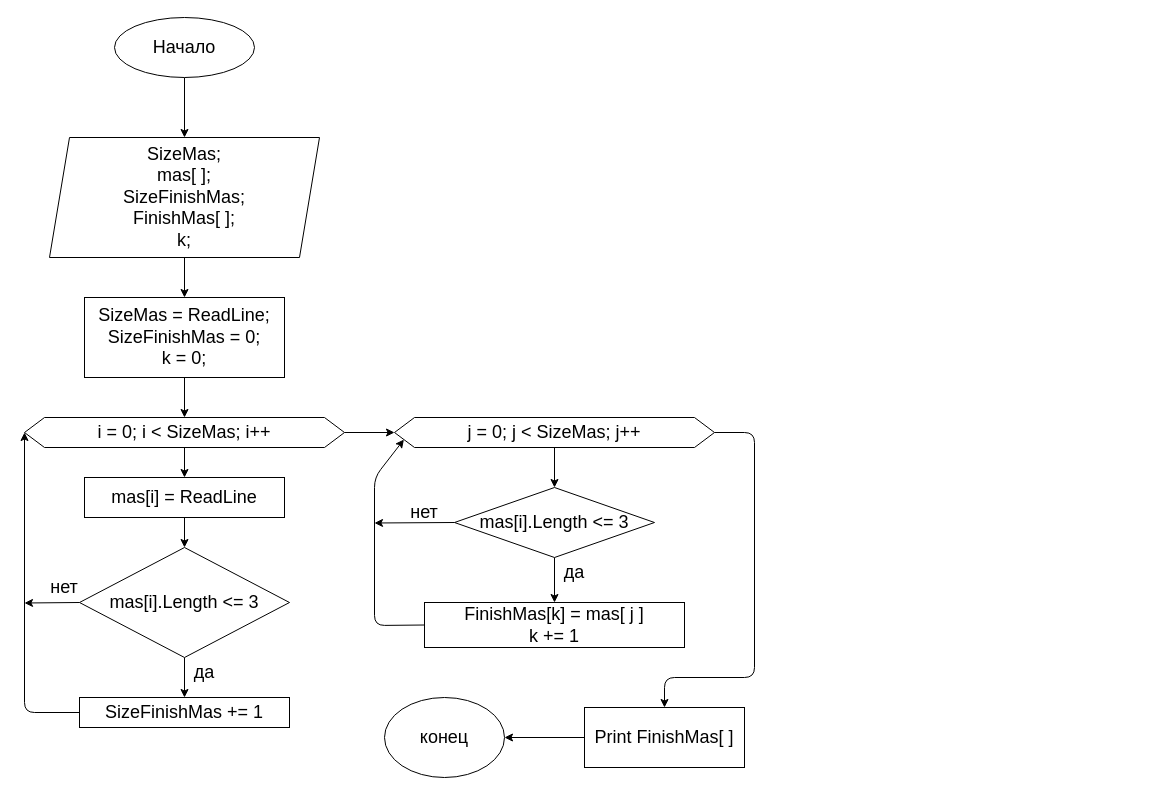
NikolaySergeevich/Itog_first_part keeps this draw.io diagram as Блок-схема.drawio. Above is the earlier version. Source tidied: cells renumbered, new cells numbered last; positions are measured from the earlier drawing's top-left corner, leaving out a move shared by most shapes. Both pictures are drawn from the tidied source at 100%, with x=0, y=0 at pixel (24, 17).
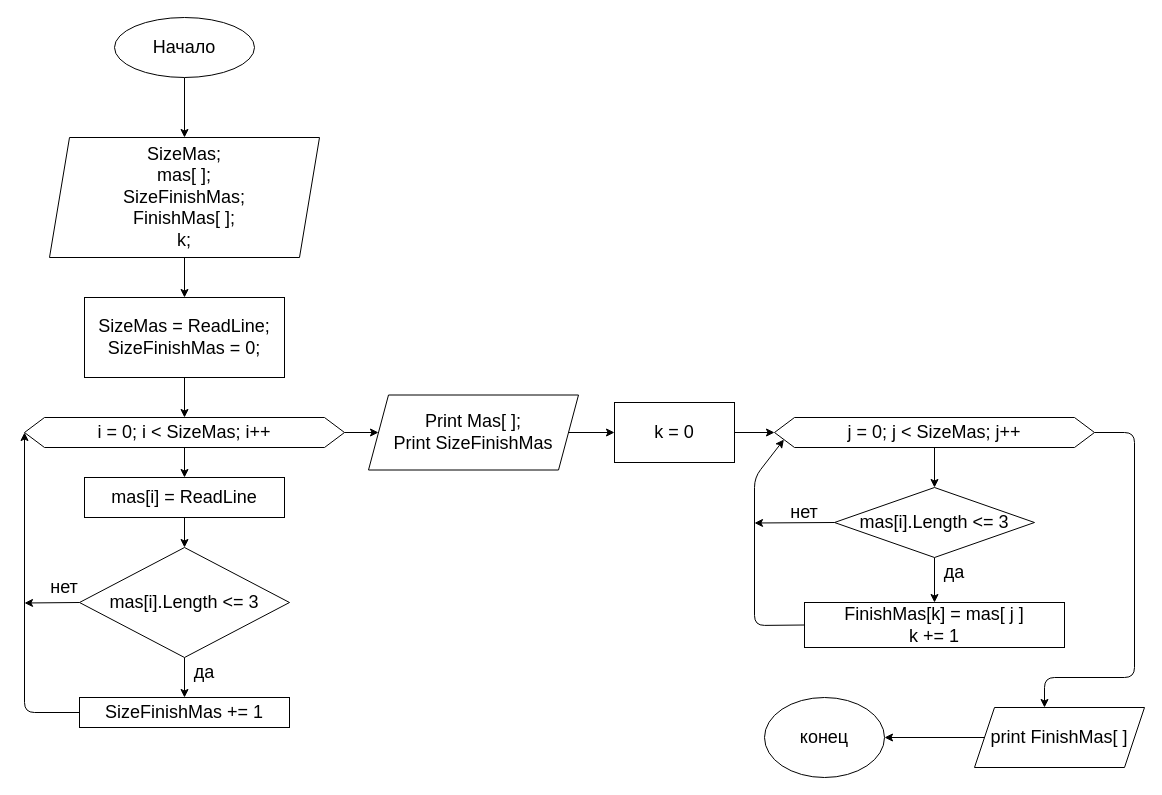
The same diagram, later.

Commit message:
исправленная блок-схема

Unchanged cells that the change refers to:
```xml
<mxCell id="10" value="i = 0; i &amp;lt; SizeMas; i++" style="shape=hexagon;perimeter=hexagonPerimeter2;whiteSpace=wrap;html=1;fixedSize=1;fontSize=18;" parent="1" vertex="1">
  <mxGeometry y="400" width="320" height="30" as="geometry" />
</mxCell>
```

What changed in the source:
```diff
@@
-    <mxCell id="7" value="&lt;span&gt;SizeMas = ReadLine;&lt;br&gt;&lt;/span&gt;SizeFinishMas = 0;&lt;br&gt;k = 0;&lt;span&gt;&lt;br&gt;&lt;/span&gt;" style="rounded=0;whiteSpace=wrap;html=1;fontSize=18;" parent="1" vertex="1">
+    <mxCell id="7" value="&lt;span&gt;SizeMas = ReadLine;&lt;br&gt;&lt;/span&gt;SizeFinishMas = 0;&lt;span&gt;&lt;br&gt;&lt;/span&gt;" style="rounded=0;whiteSpace=wrap;html=1;fontSize=18;" parent="1" vertex="1">
       <mxGeometry x="60" y="280" width="200" height="80" as="geometry" />
     </mxCell>
@@
-    <mxCell id="9" style="edgeStyle=none;html=1;exitX=1;exitY=0.5;exitDx=0;exitDy=0;entryX=0;entryY=0.5;entryDx=0;entryDy=0;fontSize=18;" parent="1" edge="1" source="10" target="22">
-      <mxGeometry relative="1" as="geometry" />
-    </mxCell>
+    <mxCell id="33" style="edgeStyle=none;html=1;exitX=1;exitY=0.5;exitDx=0;exitDy=0;entryX=0;entryY=0.5;entryDx=0;entryDy=0;fontSize=18;" parent="1" edge="1" source="10" target="36">
+      <mxGeometry relative="1" as="geometry" />
+    </mxCell>
@@
-    <mxCell id="21" style="edgeStyle=none;html=1;exitX=1;exitY=0.5;exitDx=0;exitDy=0;entryX=0.5;entryY=0;entryDx=0;entryDy=0;fontSize=18;" parent="1" edge="1" source="22" target="32">
+    <mxCell id="21" style="edgeStyle=none;html=1;exitX=1;exitY=0.5;exitDx=0;exitDy=0;entryX=0.5;entryY=0;entryDx=0;entryDy=0;fontSize=18;" parent="1" edge="1" source="22">
       <mxGeometry relative="1" as="geometry">
+        <mxPoint x="1020" y="690" as="targetPoint" />
         <Array as="points">
-          <mxPoint x="730" y="415" />
-          <mxPoint x="730" y="660" />
-          <mxPoint x="640" y="660" />
+          <mxPoint x="1110" y="415" />
+          <mxPoint x="1110" y="660" />
+          <mxPoint x="1020" y="660" />
         </Array>
       </mxGeometry>
     </mxCell>
     <mxCell id="22" value="j = 0; j &amp;lt; SizeMas; j++" style="shape=hexagon;perimeter=hexagonPerimeter2;whiteSpace=wrap;html=1;fixedSize=1;fontSize=18;" parent="1" vertex="1">
-      <mxGeometry x="370" y="400" width="320" height="30" as="geometry" />
+      <mxGeometry x="750" y="400" width="320" height="30" as="geometry" />
     </mxCell>
@@
     <mxCell id="24" style="edgeStyle=none;html=1;exitX=0;exitY=0.5;exitDx=0;exitDy=0;fontSize=18;" parent="1" edge="1" source="25">
       <mxGeometry relative="1" as="geometry">
-        <mxPoint x="350" y="505.5" as="targetPoint" />
+        <mxPoint x="730" y="505.5" as="targetPoint" />
       </mxGeometry>
     </mxCell>
     <mxCell id="25" value="&lt;span&gt;mas[i].Length &amp;lt;= 3&lt;/span&gt;" style="rhombus;whiteSpace=wrap;html=1;fontSize=18;" parent="1" vertex="1">
-      <mxGeometry x="430" y="470" width="200" height="70" as="geometry" />
+      <mxGeometry x="810" y="470" width="200" height="70" as="geometry" />
     </mxCell>
     <mxCell id="26" style="edgeStyle=none;html=1;exitX=0;exitY=0.5;exitDx=0;exitDy=0;entryX=0;entryY=0.75;entryDx=0;entryDy=0;fontSize=18;" parent="1" edge="1" source="27" target="22">
       <mxGeometry relative="1" as="geometry">
         <Array as="points">
-          <mxPoint x="350" y="608" />
-          <mxPoint x="350" y="460" />
+          <mxPoint x="730" y="608" />
+          <mxPoint x="730" y="460" />
         </Array>
       </mxGeometry>
     </mxCell>
     <mxCell id="27" value="&lt;span&gt;FinishMas[k] = mas[ j ]&lt;br&gt;k += 1&lt;br&gt;&lt;/span&gt;" style="rounded=0;whiteSpace=wrap;html=1;fontSize=18;" parent="1" vertex="1">
-      <mxGeometry x="400" y="585" width="260" height="45" as="geometry" />
+      <mxGeometry x="780" y="585" width="260" height="45" as="geometry" />
     </mxCell>
     <mxCell id="28" value="да" style="text;html=1;strokeColor=none;fillColor=none;align=center;verticalAlign=middle;whiteSpace=wrap;rounded=0;fontSize=18;" parent="1" vertex="1">
-      <mxGeometry x="520" y="540" width="60" height="30" as="geometry" />
+      <mxGeometry x="900" y="540" width="60" height="30" as="geometry" />
     </mxCell>
     <mxCell id="29" value="нет" style="text;html=1;strokeColor=none;fillColor=none;align=center;verticalAlign=middle;whiteSpace=wrap;rounded=0;fontSize=18;" parent="1" vertex="1">
-      <mxGeometry x="370" y="480" width="60" height="30" as="geometry" />
+      <mxGeometry x="750" y="480" width="60" height="30" as="geometry" />
     </mxCell>
     <mxCell id="30" value="конец" style="ellipse;whiteSpace=wrap;html=1;fontSize=18;" parent="1" vertex="1">
-      <mxGeometry x="360" y="680" width="120" height="80" as="geometry" />
+      <mxGeometry x="740" y="680" width="120" height="80" as="geometry" />
     </mxCell>
-    <mxCell id="31" style="edgeStyle=none;html=1;exitX=0;exitY=0.5;exitDx=0;exitDy=0;entryX=1;entryY=0.5;entryDx=0;entryDy=0;fontSize=18;" parent="1" edge="1" source="32" target="30">
+    <mxCell id="31" style="edgeStyle=none;html=1;exitX=0;exitY=0.5;exitDx=0;exitDy=0;entryX=1;entryY=0.5;entryDx=0;entryDy=0;fontSize=18;" parent="1" edge="1" source="34" target="30">
       <mxGeometry relative="1" as="geometry" />
     </mxCell>
-    <mxCell id="32" value="Print FinishMas[ ]" style="rounded=0;whiteSpace=wrap;html=1;fontSize=18;" parent="1" vertex="1">
-      <mxGeometry x="560" y="690" width="160" height="60" as="geometry" />
-    </mxCell>
+    <mxCell id="34" value="&lt;span style=&quot;font-size: 18px&quot;&gt;print FinishMas[ ]&lt;/span&gt;" style="shape=parallelogram;perimeter=parallelogramPerimeter;whiteSpace=wrap;html=1;fixedSize=1;" parent="1" vertex="1">
+      <mxGeometry x="950" y="690" width="170" height="60" as="geometry" />
+    </mxCell>
+    <mxCell id="35" style="edgeStyle=none;html=1;exitX=1;exitY=0.5;exitDx=0;exitDy=0;entryX=0;entryY=0.5;entryDx=0;entryDy=0;fontSize=18;" parent="1" edge="1" source="36" target="38">
+      <mxGeometry relative="1" as="geometry" />
+    </mxCell>
+    <mxCell id="36" value="&lt;font&gt;Print Mas[ ];&lt;br&gt;Print SizeFinishMas&lt;/font&gt;&lt;br style=&quot;font-size: 12px&quot;&gt;" style="shape=parallelogram;perimeter=parallelogramPerimeter;whiteSpace=wrap;html=1;fixedSize=1;fontSize=18;" parent="1" vertex="1">
+      <mxGeometry x="344" y="377.5" width="210" height="75" as="geometry" />
+    </mxCell>
+    <mxCell id="37" style="edgeStyle=none;html=1;exitX=1;exitY=0.5;exitDx=0;exitDy=0;entryX=0;entryY=0.5;entryDx=0;entryDy=0;fontSize=18;" parent="1" edge="1" source="38" target="22">
+      <mxGeometry relative="1" as="geometry" />
+    </mxCell>
+    <mxCell id="38" value="k = 0" style="rounded=0;whiteSpace=wrap;html=1;fontSize=18;" parent="1" vertex="1">
+      <mxGeometry x="590" y="385" width="120" height="60" as="geometry" />
+    </mxCell>
```
